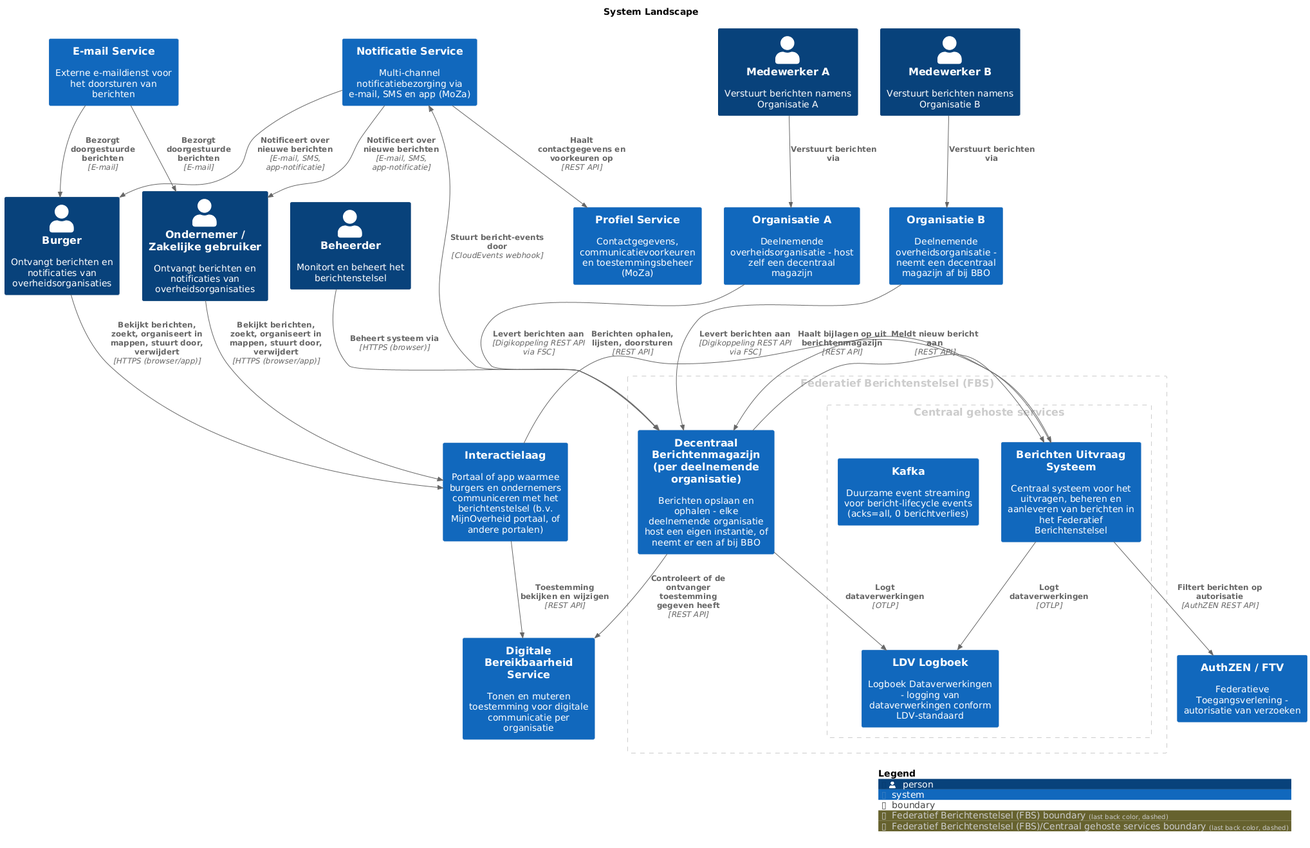
MinBZK/moza-poc-fbs-berichtenbox keeps this PlantUML diagram as pr-preview/pr-16/master/png/SystemLandscape.png. Above is the earlier version. The source it was exported from:
```plantuml
@startuml
set separator none
title System Landscape

top to bottom direction

!include <C4/C4>
!include <C4/C4_Context>

AddBoundaryTag("Federatief Berichtenstelsel (FBS)", $borderColor="#cccccc", $fontColor="#cccccc", $borderStyle="dashed")
Boundary(group_1, "Federatief Berichtenstelsel (FBS)", $tags="Federatief Berichtenstelsel (FBS)") {
  System(DecentraalBerichtenmagazijnperdeelnemendeorganisatie, "Decentraal Berichtenmagazijn (per deelnemende organisatie)", $descr="Berichten opslaan en ophalen - elke deelnemende organisatie host een eigen instantie, of neemt er een af bij BBO", $tags="", $link="")
    AddBoundaryTag("Federatief Berichtenstelsel (FBS)/Centraal gehoste services", $borderColor="#cccccc", $fontColor="#cccccc", $borderStyle="dashed")
    Boundary(group_2, "Centraal gehoste services", $tags="Federatief Berichtenstelsel (FBS)/Centraal gehoste services") {
      System(BerichtenUitvraagSysteem, "Berichten Uitvraag Systeem", $descr="Centraal systeem voor het uitvragen, beheren en aanleveren van berichten in het Federatief Berichtenstelsel", $tags="", $link="")
      System(Kafka, "Kafka", $descr="Duurzame event streaming voor bericht-lifecycle events (acks=all, 0 berichtverlies)", $tags="", $link="")
      System(LDVLogboek, "LDV Logboek", $descr="Logboek Dataverwerkingen - logging van dataverwerkingen conform LDV-standaard", $tags="", $link="")
    }

}

Person(Burger, "Burger", $descr="Ontvangt berichten en notificaties van overheidsorganisaties", $tags="", $link="")
System(Interactielaag, "Interactielaag", $descr="Portaal of app waarmee burgers en ondernemers communiceren met het berichtenstelsel (b.v. MijnOverheid portaal, of andere portalen)", $tags="", $link="")
System(EmailService, "E-mail Service", $descr="Externe e-maildienst voor het doorsturen van berichten", $tags="", $link="")
System(OrganisatieA, "Organisatie A", $descr="Deelnemende overheidsorganisatie - host zelf een decentraal magazijn", $tags="", $link="")
System(OrganisatieB, "Organisatie B", $descr="Deelnemende overheidsorganisatie - neemt een decentraal magazijn af bij BBO", $tags="", $link="")
Person(OndernemerZakelijkegebruiker, "Ondernemer / Zakelijke gebruiker", $descr="Ontvangt berichten en notificaties van overheidsorganisaties", $tags="", $link="")
Person(MedewerkerA, "Medewerker A", $descr="Verstuurt berichten namens Organisatie A", $tags="", $link="")
Person(MedewerkerB, "Medewerker B", $descr="Verstuurt berichten namens Organisatie B", $tags="", $link="")
Person(Beheerder, "Beheerder", $descr="Monitort en beheert het berichtenstelsel", $tags="", $link="")
System(AuthZENFTV, "AuthZEN / FTV", $descr="Federatieve Toegangsverlening - autorisatie van verzoeken", $tags="", $link="")
System(ProfielService, "Profiel Service", $descr="Contactgegevens, communicatievoorkeuren en toestemmingsbeheer (MoZa)", $tags="", $link="")
System(NotificatieService, "Notificatie Service", $descr="Multi-channel notificatiebezorging via e-mail, SMS en app (MoZa)", $tags="", $link="")
System(DigitaleBereikbaarheidService, "Digitale Bereikbaarheid Service", $descr="Tonen en muteren toestemming voor digitale communicatie per organisatie", $tags="", $link="")

Rel(DecentraalBerichtenmagazijnperdeelnemendeorganisatie, DigitaleBereikbaarheidService, "Controleert of de ontvanger toestemming gegeven heeft", $techn="REST API", $tags="", $link="")
Rel(BerichtenUitvraagSysteem, AuthZENFTV, "Filtert berichten op autorisatie", $techn="AuthZEN REST API", $tags="", $link="")
Rel(DecentraalBerichtenmagazijnperdeelnemendeorganisatie, LDVLogboek, "Logt dataverwerkingen", $techn="OTLP", $tags="", $link="")
Rel(BerichtenUitvraagSysteem, LDVLogboek, "Logt dataverwerkingen", $techn="OTLP", $tags="", $link="")
Rel(MedewerkerA, OrganisatieA, "Verstuurt berichten via", $techn="", $tags="", $link="")
Rel(MedewerkerB, OrganisatieB, "Verstuurt berichten via", $techn="", $tags="", $link="")
Rel(Burger, Interactielaag, "Bekijkt berichten, zoekt, organiseert in mappen, stuurt door, verwijdert", $techn="HTTPS (browser/app)", $tags="", $link="")
Rel(OndernemerZakelijkegebruiker, Interactielaag, "Bekijkt berichten, zoekt, organiseert in mappen, stuurt door, verwijdert", $techn="HTTPS (browser/app)", $tags="", $link="")
Rel(EmailService, Burger, "Bezorgt doorgestuurde berichten", $techn="E-mail", $tags="", $link="")
Rel(EmailService, OndernemerZakelijkegebruiker, "Bezorgt doorgestuurde berichten", $techn="E-mail", $tags="", $link="")
Rel(NotificatieService, Burger, "Notificeert over nieuwe berichten", $techn="E-mail, SMS, app-notificatie", $tags="", $link="")
Rel(NotificatieService, OndernemerZakelijkegebruiker, "Notificeert over nieuwe berichten", $techn="E-mail, SMS, app-notificatie", $tags="", $link="")
Rel(Interactielaag, BerichtenUitvraagSysteem, "Berichten ophalen, lijsten, doorsturen", $techn="REST API", $tags="", $link="")
Rel(Interactielaag, DigitaleBereikbaarheidService, "Toestemming bekijken en wijzigen", $techn="REST API", $tags="", $link="")
Rel(BerichtenUitvraagSysteem, DecentraalBerichtenmagazijnperdeelnemendeorganisatie, "Haalt bijlagen op uit berichtenmagazijn", $techn="REST API", $tags="", $link="")
Rel(Beheerder, DecentraalBerichtenmagazijnperdeelnemendeorganisatie, "Beheert systeem via", $techn="HTTPS (browser)", $tags="", $link="")
Rel(DecentraalBerichtenmagazijnperdeelnemendeorganisatie, BerichtenUitvraagSysteem, "Meldt nieuw bericht aan", $techn="REST API", $tags="", $link="")
Rel(DecentraalBerichtenmagazijnperdeelnemendeorganisatie, NotificatieService, "Stuurt bericht-events door", $techn="CloudEvents webhook", $tags="", $link="")
Rel(NotificatieService, ProfielService, "Haalt contactgegevens en voorkeuren op", $techn="REST API", $tags="", $link="")
Rel(OrganisatieA, DecentraalBerichtenmagazijnperdeelnemendeorganisatie, "Levert berichten aan", $techn="Digikoppeling REST API via FSC", $tags="", $link="")
Rel(OrganisatieB, DecentraalBerichtenmagazijnperdeelnemendeorganisatie, "Levert berichten aan", $techn="Digikoppeling REST API via FSC", $tags="", $link="")

SHOW_LEGEND(true)
@enduml
```
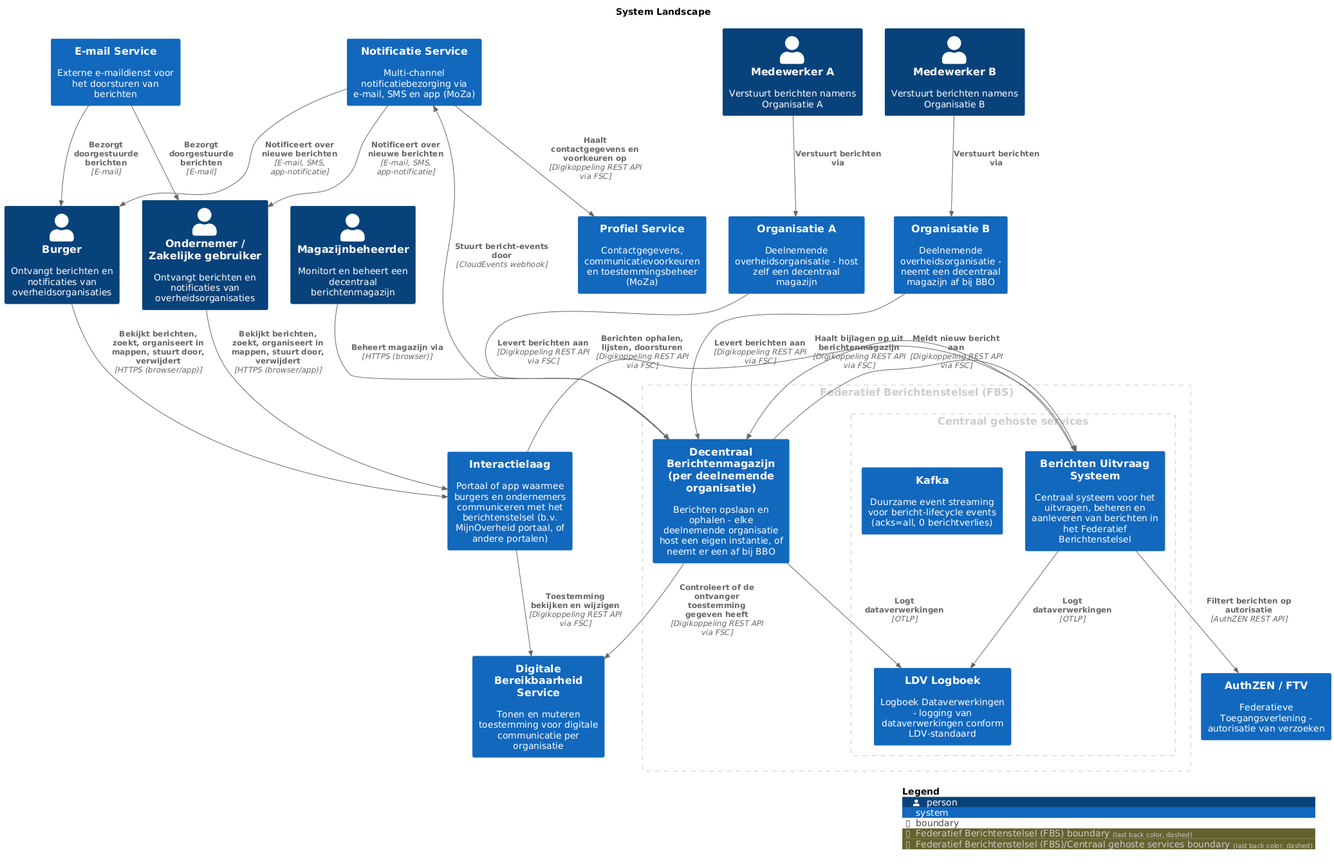
After the commit.

Diff of the diagram source:
```diff
@@ -27,13 +27,14 @@
 Person(OndernemerZakelijkegebruiker, "Ondernemer / Zakelijke gebruiker", $descr="Ontvangt berichten en notificaties van overheidsorganisaties", $tags="", $link="")
 Person(MedewerkerA, "Medewerker A", $descr="Verstuurt berichten namens Organisatie A", $tags="", $link="")
 Person(MedewerkerB, "Medewerker B", $descr="Verstuurt berichten namens Organisatie B", $tags="", $link="")
-Person(Beheerder, "Beheerder", $descr="Monitort en beheert het berichtenstelsel", $tags="", $link="")
+Person(Magazijnbeheerder, "Magazijnbeheerder", $descr="Monitort en beheert een decentraal berichtenmagazijn", $tags="", $link="")
 System(AuthZENFTV, "AuthZEN / FTV", $descr="Federatieve Toegangsverlening - autorisatie van verzoeken", $tags="", $link="")
 System(ProfielService, "Profiel Service", $descr="Contactgegevens, communicatievoorkeuren en toestemmingsbeheer (MoZa)", $tags="", $link="")
 System(NotificatieService, "Notificatie Service", $descr="Multi-channel notificatiebezorging via e-mail, SMS en app (MoZa)", $tags="", $link="")
 System(DigitaleBereikbaarheidService, "Digitale Bereikbaarheid Service", $descr="Tonen en muteren toestemming voor digitale communicatie per organisatie", $tags="", $link="")
 
-Rel(DecentraalBerichtenmagazijnperdeelnemendeorganisatie, DigitaleBereikbaarheidService, "Controleert of de ontvanger toestemming gegeven heeft", $techn="REST API", $tags="", $link="")
+Rel(OrganisatieB, DecentraalBerichtenmagazijnperdeelnemendeorganisatie, "Levert berichten aan", $techn="Digikoppeling REST API via FSC", $tags="", $link="")
+Rel(DecentraalBerichtenmagazijnperdeelnemendeorganisatie, DigitaleBereikbaarheidService, "Controleert of de ontvanger toestemming gegeven heeft", $techn="Digikoppeling REST API via FSC", $tags="", $link="")
 Rel(BerichtenUitvraagSysteem, AuthZENFTV, "Filtert berichten op autorisatie", $techn="AuthZEN REST API", $tags="", $link="")
 Rel(DecentraalBerichtenmagazijnperdeelnemendeorganisatie, LDVLogboek, "Logt dataverwerkingen", $techn="OTLP", $tags="", $link="")
 Rel(BerichtenUitvraagSysteem, LDVLogboek, "Logt dataverwerkingen", $techn="OTLP", $tags="", $link="")
@@ -45,15 +46,14 @@
 Rel(EmailService, OndernemerZakelijkegebruiker, "Bezorgt doorgestuurde berichten", $techn="E-mail", $tags="", $link="")
 Rel(NotificatieService, Burger, "Notificeert over nieuwe berichten", $techn="E-mail, SMS, app-notificatie", $tags="", $link="")
 Rel(NotificatieService, OndernemerZakelijkegebruiker, "Notificeert over nieuwe berichten", $techn="E-mail, SMS, app-notificatie", $tags="", $link="")
-Rel(Interactielaag, BerichtenUitvraagSysteem, "Berichten ophalen, lijsten, doorsturen", $techn="REST API", $tags="", $link="")
-Rel(Interactielaag, DigitaleBereikbaarheidService, "Toestemming bekijken en wijzigen", $techn="REST API", $tags="", $link="")
-Rel(BerichtenUitvraagSysteem, DecentraalBerichtenmagazijnperdeelnemendeorganisatie, "Haalt bijlagen op uit berichtenmagazijn", $techn="REST API", $tags="", $link="")
-Rel(Beheerder, DecentraalBerichtenmagazijnperdeelnemendeorganisatie, "Beheert systeem via", $techn="HTTPS (browser)", $tags="", $link="")
-Rel(DecentraalBerichtenmagazijnperdeelnemendeorganisatie, BerichtenUitvraagSysteem, "Meldt nieuw bericht aan", $techn="REST API", $tags="", $link="")
+Rel(Interactielaag, BerichtenUitvraagSysteem, "Berichten ophalen, lijsten, doorsturen", $techn="Digikoppeling REST API via FSC", $tags="", $link="")
+Rel(Interactielaag, DigitaleBereikbaarheidService, "Toestemming bekijken en wijzigen", $techn="Digikoppeling REST API via FSC", $tags="", $link="")
+Rel(BerichtenUitvraagSysteem, DecentraalBerichtenmagazijnperdeelnemendeorganisatie, "Haalt bijlagen op uit berichtenmagazijn", $techn="Digikoppeling REST API via FSC", $tags="", $link="")
+Rel(Magazijnbeheerder, DecentraalBerichtenmagazijnperdeelnemendeorganisatie, "Beheert magazijn via", $techn="HTTPS (browser)", $tags="", $link="")
+Rel(DecentraalBerichtenmagazijnperdeelnemendeorganisatie, BerichtenUitvraagSysteem, "Meldt nieuw bericht aan", $techn="Digikoppeling REST API via FSC", $tags="", $link="")
 Rel(DecentraalBerichtenmagazijnperdeelnemendeorganisatie, NotificatieService, "Stuurt bericht-events door", $techn="CloudEvents webhook", $tags="", $link="")
-Rel(NotificatieService, ProfielService, "Haalt contactgegevens en voorkeuren op", $techn="REST API", $tags="", $link="")
+Rel(NotificatieService, ProfielService, "Haalt contactgegevens en voorkeuren op", $techn="Digikoppeling REST API via FSC", $tags="", $link="")
 Rel(OrganisatieA, DecentraalBerichtenmagazijnperdeelnemendeorganisatie, "Levert berichten aan", $techn="Digikoppeling REST API via FSC", $tags="", $link="")
-Rel(OrganisatieB, DecentraalBerichtenmagazijnperdeelnemendeorganisatie, "Levert berichten aan", $techn="Digikoppeling REST API via FSC", $tags="", $link="")
 
 SHOW_LEGEND(true)
 @enduml
```
